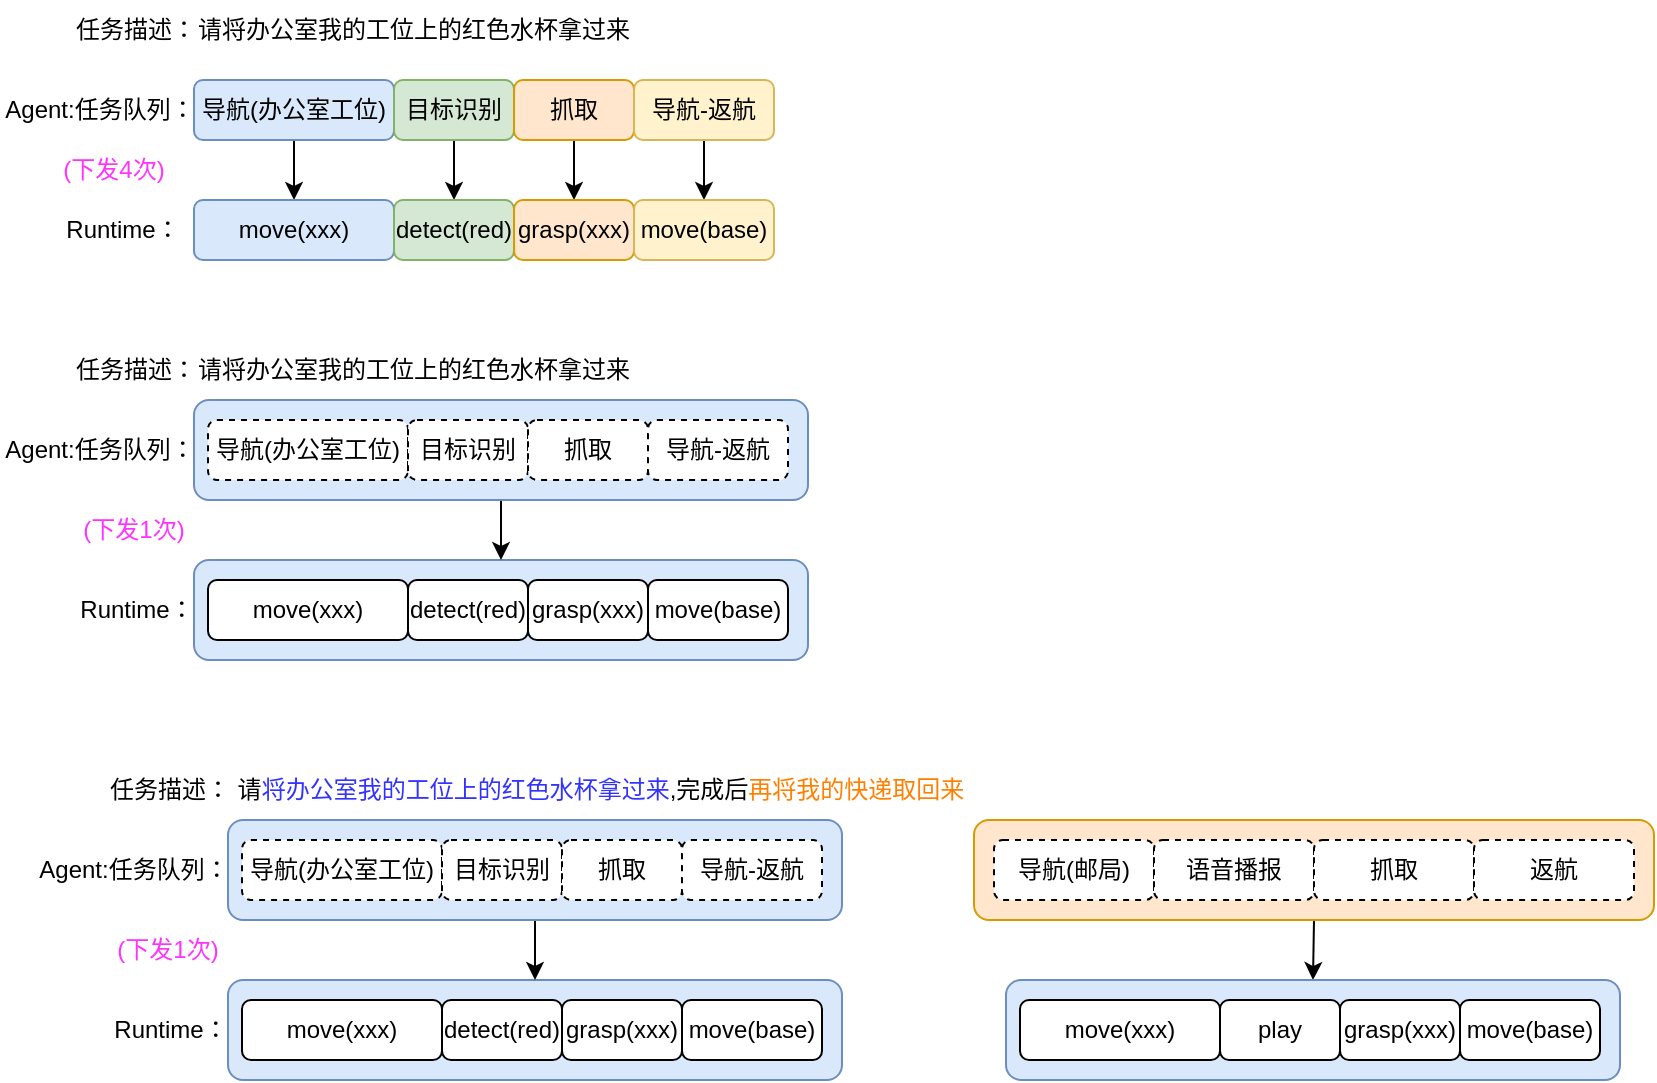
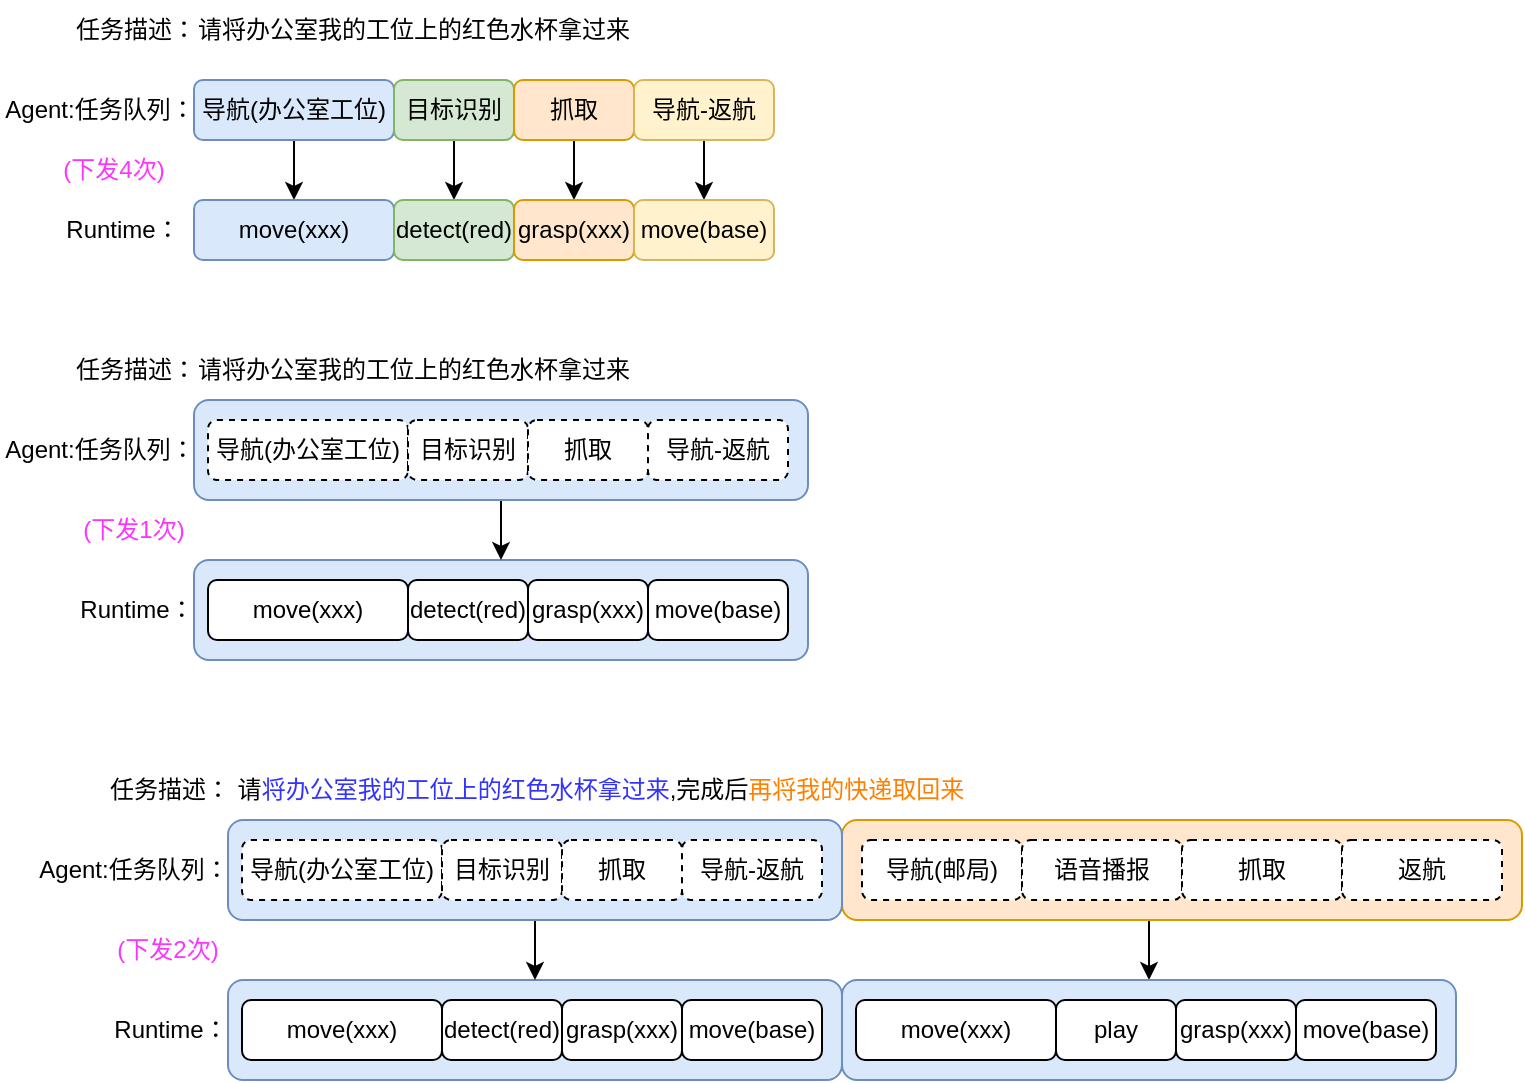
<mxfile host="app.diagrams.net">
  <diagram name="第 1 页" id="AqDmRzZVIJ-5uyctXJOA">
    <mxGraphModel dx="957" dy="525" grid="1" gridSize="10" guides="1" tooltips="1" connect="1" arrows="1" fold="1" page="1" pageScale="1" pageWidth="2339" pageHeight="3300" math="0" shadow="0">
      <root>
        <mxCell id="0" />
        <mxCell id="1" parent="0" />
        <mxCell id="TX6EBbOIm9mCNyf-wsjQ-69" edge="1" parent="1" source="TX6EBbOIm9mCNyf-wsjQ-63" style="edgeStyle=orthogonalEdgeStyle;rounded=0;orthogonalLoop=1;jettySize=auto;html=1;exitX=0.5;exitY=1;exitDx=0;exitDy=0;entryX=0.5;entryY=0;entryDx=0;entryDy=0;" target="TX6EBbOIm9mCNyf-wsjQ-64">
          <mxGeometry relative="1" as="geometry" />
        </mxCell>
        <mxCell id="TX6EBbOIm9mCNyf-wsjQ-63" parent="1" style="rounded=1;whiteSpace=wrap;html=1;fillColor=#ffe6cc;strokeColor=#d79b00;" value="" vertex="1">
-           <mxGeometry height="50" width="340" x="510" y="740" as="geometry" />
+           <mxGeometry height="50" width="340" x="444" y="740" as="geometry" />
        </mxCell>
        <mxCell id="TX6EBbOIm9mCNyf-wsjQ-37" parent="1" style="rounded=1;whiteSpace=wrap;html=1;fillColor=#dae8fc;strokeColor=#6c8ebf;" value="" vertex="1">
          <mxGeometry height="50" width="307" x="120" y="610" as="geometry" />
        </mxCell>
        <mxCell id="TX6EBbOIm9mCNyf-wsjQ-38" edge="1" parent="1" source="TX6EBbOIm9mCNyf-wsjQ-36" style="edgeStyle=orthogonalEdgeStyle;rounded=0;orthogonalLoop=1;jettySize=auto;html=1;exitX=0.5;exitY=1;exitDx=0;exitDy=0;entryX=0.5;entryY=0;entryDx=0;entryDy=0;" target="TX6EBbOIm9mCNyf-wsjQ-37">
          <mxGeometry relative="1" as="geometry" />
        </mxCell>
        <mxCell id="TX6EBbOIm9mCNyf-wsjQ-36" parent="1" style="rounded=1;whiteSpace=wrap;html=1;fillColor=#dae8fc;strokeColor=#6c8ebf;" value="" vertex="1">
          <mxGeometry height="50" width="307" x="120" y="530" as="geometry" />
        </mxCell>
        <mxCell id="TX6EBbOIm9mCNyf-wsjQ-15" edge="1" parent="1" source="TX6EBbOIm9mCNyf-wsjQ-1" style="edgeStyle=orthogonalEdgeStyle;rounded=0;orthogonalLoop=1;jettySize=auto;html=1;exitX=0.5;exitY=1;exitDx=0;exitDy=0;entryX=0.5;entryY=0;entryDx=0;entryDy=0;" target="TX6EBbOIm9mCNyf-wsjQ-11">
          <mxGeometry relative="1" as="geometry" />
        </mxCell>
        <mxCell id="TX6EBbOIm9mCNyf-wsjQ-1" parent="1" style="rounded=1;whiteSpace=wrap;html=1;fillColor=#dae8fc;strokeColor=#6c8ebf;" value="导航(办公室工位)" vertex="1">
          <mxGeometry height="30" width="100" x="120" y="370" as="geometry" />
        </mxCell>
        <mxCell id="TX6EBbOIm9mCNyf-wsjQ-2" parent="1" style="text;html=1;whiteSpace=wrap;strokeColor=none;fillColor=none;align=center;verticalAlign=middle;rounded=0;" value="Agent:任务队列：" vertex="1">
          <mxGeometry height="30" width="100" x="23" y="370" as="geometry" />
        </mxCell>
        <mxCell id="TX6EBbOIm9mCNyf-wsjQ-3" parent="1" style="text;html=1;whiteSpace=wrap;strokeColor=none;fillColor=none;align=center;verticalAlign=middle;rounded=0;" value="任务描述：" vertex="1">
          <mxGeometry height="30" width="70" x="56" y="330" as="geometry" />
        </mxCell>
        <mxCell id="TX6EBbOIm9mCNyf-wsjQ-4" parent="1" style="text;html=1;whiteSpace=wrap;strokeColor=none;fillColor=none;align=center;verticalAlign=middle;rounded=0;" value="请将办公室我的工位上的红色水杯拿过来" vertex="1">
          <mxGeometry height="30" width="220" x="120" y="330" as="geometry" />
        </mxCell>
        <mxCell id="TX6EBbOIm9mCNyf-wsjQ-16" edge="1" parent="1" source="TX6EBbOIm9mCNyf-wsjQ-5" style="edgeStyle=orthogonalEdgeStyle;rounded=0;orthogonalLoop=1;jettySize=auto;html=1;exitX=0.5;exitY=1;exitDx=0;exitDy=0;entryX=0.5;entryY=0;entryDx=0;entryDy=0;" target="TX6EBbOIm9mCNyf-wsjQ-12">
          <mxGeometry relative="1" as="geometry" />
        </mxCell>
        <mxCell id="TX6EBbOIm9mCNyf-wsjQ-5" parent="1" style="rounded=1;whiteSpace=wrap;html=1;fillColor=#d5e8d4;strokeColor=#82b366;" value="目标识别" vertex="1">
          <mxGeometry height="30" width="60" x="220" y="370" as="geometry" />
        </mxCell>
        <mxCell id="TX6EBbOIm9mCNyf-wsjQ-17" edge="1" parent="1" source="TX6EBbOIm9mCNyf-wsjQ-6" style="edgeStyle=orthogonalEdgeStyle;rounded=0;orthogonalLoop=1;jettySize=auto;html=1;exitX=0.5;exitY=1;exitDx=0;exitDy=0;entryX=0.5;entryY=0;entryDx=0;entryDy=0;" target="TX6EBbOIm9mCNyf-wsjQ-13">
          <mxGeometry relative="1" as="geometry" />
        </mxCell>
        <mxCell id="TX6EBbOIm9mCNyf-wsjQ-6" parent="1" style="rounded=1;whiteSpace=wrap;html=1;fillColor=#ffe6cc;strokeColor=#d79b00;" value="抓取" vertex="1">
          <mxGeometry height="30" width="60" x="280" y="370" as="geometry" />
        </mxCell>
        <mxCell id="TX6EBbOIm9mCNyf-wsjQ-18" edge="1" parent="1" source="TX6EBbOIm9mCNyf-wsjQ-7" style="edgeStyle=orthogonalEdgeStyle;rounded=0;orthogonalLoop=1;jettySize=auto;html=1;exitX=0.5;exitY=1;exitDx=0;exitDy=0;entryX=0.5;entryY=0;entryDx=0;entryDy=0;" target="TX6EBbOIm9mCNyf-wsjQ-14">
          <mxGeometry relative="1" as="geometry" />
        </mxCell>
        <mxCell id="TX6EBbOIm9mCNyf-wsjQ-7" parent="1" style="rounded=1;whiteSpace=wrap;html=1;fillColor=#fff2cc;strokeColor=#d6b656;" value="导航-返航" vertex="1">
          <mxGeometry height="30" width="70" x="340" y="370" as="geometry" />
        </mxCell>
        <mxCell id="TX6EBbOIm9mCNyf-wsjQ-8" parent="1" style="text;html=1;whiteSpace=wrap;strokeColor=none;fillColor=none;align=center;verticalAlign=middle;rounded=0;" value="Runtime：" vertex="1">
          <mxGeometry height="30" width="57" x="56" y="430" as="geometry" />
        </mxCell>
        <mxCell id="TX6EBbOIm9mCNyf-wsjQ-11" parent="1" style="rounded=1;whiteSpace=wrap;html=1;fillColor=#dae8fc;strokeColor=#6c8ebf;" value="move(xxx)" vertex="1">
          <mxGeometry height="30" width="100" x="120" y="430" as="geometry" />
        </mxCell>
        <mxCell id="TX6EBbOIm9mCNyf-wsjQ-12" parent="1" style="rounded=1;whiteSpace=wrap;html=1;fillColor=#d5e8d4;strokeColor=#82b366;" value="detect(red)" vertex="1">
          <mxGeometry height="30" width="60" x="220" y="430" as="geometry" />
        </mxCell>
        <mxCell id="TX6EBbOIm9mCNyf-wsjQ-13" parent="1" style="rounded=1;whiteSpace=wrap;html=1;fillColor=#ffe6cc;strokeColor=#d79b00;" value="grasp(xxx)" vertex="1">
          <mxGeometry height="30" width="60" x="280" y="430" as="geometry" />
        </mxCell>
        <mxCell id="TX6EBbOIm9mCNyf-wsjQ-14" parent="1" style="rounded=1;whiteSpace=wrap;html=1;fillColor=#fff2cc;strokeColor=#d6b656;" value="move(base)" vertex="1">
          <mxGeometry height="30" width="70" x="340" y="430" as="geometry" />
        </mxCell>
        <mxCell id="TX6EBbOIm9mCNyf-wsjQ-19" parent="1" style="text;html=1;whiteSpace=wrap;strokeColor=none;fillColor=none;align=center;verticalAlign=middle;rounded=0;" value="请将办公室我的工位上的红色水杯拿过来" vertex="1">
          <mxGeometry height="30" width="220" x="120" y="500" as="geometry" />
        </mxCell>
        <mxCell id="TX6EBbOIm9mCNyf-wsjQ-20" parent="1" style="text;html=1;whiteSpace=wrap;strokeColor=none;fillColor=none;align=center;verticalAlign=middle;rounded=0;" value="任务描述：" vertex="1">
          <mxGeometry height="30" width="70" x="56" y="500" as="geometry" />
        </mxCell>
        <mxCell id="TX6EBbOIm9mCNyf-wsjQ-22" parent="1" style="rounded=1;whiteSpace=wrap;html=1;dashed=1;" value="导航(办公室工位)" vertex="1">
          <mxGeometry height="30" width="100" x="127" y="540" as="geometry" />
        </mxCell>
        <mxCell id="TX6EBbOIm9mCNyf-wsjQ-23" parent="1" style="text;html=1;whiteSpace=wrap;strokeColor=none;fillColor=none;align=center;verticalAlign=middle;rounded=0;" value="Agent:任务队列：" vertex="1">
          <mxGeometry height="30" width="100" x="23" y="540" as="geometry" />
        </mxCell>
        <mxCell id="TX6EBbOIm9mCNyf-wsjQ-25" parent="1" style="rounded=1;whiteSpace=wrap;html=1;dashed=1;" value="目标识别" vertex="1">
          <mxGeometry height="30" width="60" x="227" y="540" as="geometry" />
        </mxCell>
        <mxCell id="TX6EBbOIm9mCNyf-wsjQ-27" parent="1" style="rounded=1;whiteSpace=wrap;html=1;dashed=1;" value="抓取" vertex="1">
          <mxGeometry height="30" width="60" x="287" y="540" as="geometry" />
        </mxCell>
        <mxCell id="TX6EBbOIm9mCNyf-wsjQ-29" parent="1" style="rounded=1;whiteSpace=wrap;html=1;dashed=1;" value="导航-返航" vertex="1">
          <mxGeometry height="30" width="70" x="347" y="540" as="geometry" />
        </mxCell>
        <mxCell id="TX6EBbOIm9mCNyf-wsjQ-30" parent="1" style="text;html=1;whiteSpace=wrap;strokeColor=none;fillColor=none;align=center;verticalAlign=middle;rounded=0;" value="Runtime：" vertex="1">
          <mxGeometry height="30" width="57" x="62.5" y="620" as="geometry" />
        </mxCell>
        <mxCell id="TX6EBbOIm9mCNyf-wsjQ-31" parent="1" style="rounded=1;whiteSpace=wrap;html=1;" value="move(xxx)" vertex="1">
          <mxGeometry height="30" width="100" x="127" y="620" as="geometry" />
        </mxCell>
        <mxCell id="TX6EBbOIm9mCNyf-wsjQ-32" parent="1" style="rounded=1;whiteSpace=wrap;html=1;" value="detect(red)" vertex="1">
          <mxGeometry height="30" width="60" x="227" y="620" as="geometry" />
        </mxCell>
        <mxCell id="TX6EBbOIm9mCNyf-wsjQ-33" parent="1" style="rounded=1;whiteSpace=wrap;html=1;" value="grasp(xxx)" vertex="1">
          <mxGeometry height="30" width="60" x="287" y="620" as="geometry" />
        </mxCell>
        <mxCell id="TX6EBbOIm9mCNyf-wsjQ-34" parent="1" style="rounded=1;whiteSpace=wrap;html=1;" value="move(base)" vertex="1">
          <mxGeometry height="30" width="70" x="347" y="620" as="geometry" />
        </mxCell>
        <mxCell id="TX6EBbOIm9mCNyf-wsjQ-35" parent="1" style="text;html=1;whiteSpace=wrap;strokeColor=none;fillColor=none;align=center;verticalAlign=middle;rounded=0;fontColor=#FF33FF;" value="(下发4次)" vertex="1">
          <mxGeometry height="30" width="60" x="50" y="400" as="geometry" />
        </mxCell>
        <mxCell id="TX6EBbOIm9mCNyf-wsjQ-39" parent="1" style="text;html=1;whiteSpace=wrap;strokeColor=none;fillColor=none;align=center;verticalAlign=middle;rounded=0;fontColor=#FF33FF;" value="(下发1次)" vertex="1">
          <mxGeometry height="30" width="60" x="59.5" y="580" as="geometry" />
        </mxCell>
        <mxCell id="TX6EBbOIm9mCNyf-wsjQ-40" parent="1" style="rounded=1;whiteSpace=wrap;html=1;fillColor=#dae8fc;strokeColor=#6c8ebf;" value="" vertex="1">
          <mxGeometry height="50" width="307" x="137" y="820" as="geometry" />
        </mxCell>
        <mxCell id="TX6EBbOIm9mCNyf-wsjQ-41" edge="1" parent="1" source="TX6EBbOIm9mCNyf-wsjQ-42" style="edgeStyle=orthogonalEdgeStyle;rounded=0;orthogonalLoop=1;jettySize=auto;html=1;exitX=0.5;exitY=1;exitDx=0;exitDy=0;entryX=0.5;entryY=0;entryDx=0;entryDy=0;" target="TX6EBbOIm9mCNyf-wsjQ-40">
          <mxGeometry relative="1" as="geometry" />
        </mxCell>
        <mxCell id="TX6EBbOIm9mCNyf-wsjQ-42" parent="1" style="rounded=1;whiteSpace=wrap;html=1;fillColor=#dae8fc;strokeColor=#6c8ebf;" value="" vertex="1">
          <mxGeometry height="50" width="307" x="137" y="740" as="geometry" />
        </mxCell>
        <mxCell id="TX6EBbOIm9mCNyf-wsjQ-43" parent="1" style="text;html=1;whiteSpace=wrap;strokeColor=none;fillColor=none;align=center;verticalAlign=middle;rounded=0;" value="请&lt;font style=&quot;color: rgb(51, 51, 255);&quot;&gt;将办公室我的工位上的红色水杯拿过来&lt;/font&gt;,完成后&lt;font style=&quot;color: rgb(255, 128, 0);&quot;&gt;再将我的快递取回来&lt;/font&gt;" vertex="1">
          <mxGeometry height="30" width="373" x="137" y="710" as="geometry" />
        </mxCell>
        <mxCell id="TX6EBbOIm9mCNyf-wsjQ-44" parent="1" style="text;html=1;whiteSpace=wrap;strokeColor=none;fillColor=none;align=center;verticalAlign=middle;rounded=0;" value="任务描述：" vertex="1">
          <mxGeometry height="30" width="70" x="73" y="710" as="geometry" />
        </mxCell>
        <mxCell id="TX6EBbOIm9mCNyf-wsjQ-45" parent="1" style="rounded=1;whiteSpace=wrap;html=1;dashed=1;" value="导航(办公室工位)" vertex="1">
          <mxGeometry height="30" width="100" x="144" y="750" as="geometry" />
        </mxCell>
        <mxCell id="TX6EBbOIm9mCNyf-wsjQ-46" parent="1" style="text;html=1;whiteSpace=wrap;strokeColor=none;fillColor=none;align=center;verticalAlign=middle;rounded=0;" value="Agent:任务队列：" vertex="1">
          <mxGeometry height="30" width="100" x="40" y="750" as="geometry" />
        </mxCell>
        <mxCell id="TX6EBbOIm9mCNyf-wsjQ-47" parent="1" style="rounded=1;whiteSpace=wrap;html=1;dashed=1;" value="目标识别" vertex="1">
          <mxGeometry height="30" width="60" x="244" y="750" as="geometry" />
        </mxCell>
        <mxCell id="TX6EBbOIm9mCNyf-wsjQ-48" parent="1" style="rounded=1;whiteSpace=wrap;html=1;dashed=1;" value="抓取" vertex="1">
          <mxGeometry height="30" width="60" x="304" y="750" as="geometry" />
        </mxCell>
        <mxCell id="TX6EBbOIm9mCNyf-wsjQ-49" parent="1" style="rounded=1;whiteSpace=wrap;html=1;dashed=1;" value="导航-返航" vertex="1">
          <mxGeometry height="30" width="70" x="364" y="750" as="geometry" />
        </mxCell>
        <mxCell id="TX6EBbOIm9mCNyf-wsjQ-50" parent="1" style="text;html=1;whiteSpace=wrap;strokeColor=none;fillColor=none;align=center;verticalAlign=middle;rounded=0;" value="Runtime：" vertex="1">
          <mxGeometry height="30" width="57" x="79.5" y="830" as="geometry" />
        </mxCell>
        <mxCell id="TX6EBbOIm9mCNyf-wsjQ-51" parent="1" style="rounded=1;whiteSpace=wrap;html=1;" value="move(xxx)" vertex="1">
          <mxGeometry height="30" width="100" x="144" y="830" as="geometry" />
        </mxCell>
        <mxCell id="TX6EBbOIm9mCNyf-wsjQ-52" parent="1" style="rounded=1;whiteSpace=wrap;html=1;" value="detect(red)" vertex="1">
          <mxGeometry height="30" width="60" x="244" y="830" as="geometry" />
        </mxCell>
        <mxCell id="TX6EBbOIm9mCNyf-wsjQ-53" parent="1" style="rounded=1;whiteSpace=wrap;html=1;" value="grasp(xxx)" vertex="1">
          <mxGeometry height="30" width="60" x="304" y="830" as="geometry" />
        </mxCell>
        <mxCell id="TX6EBbOIm9mCNyf-wsjQ-54" parent="1" style="rounded=1;whiteSpace=wrap;html=1;" value="move(base)" vertex="1">
          <mxGeometry height="30" width="70" x="364" y="830" as="geometry" />
        </mxCell>
-         <mxCell id="TX6EBbOIm9mCNyf-wsjQ-55" parent="1" style="text;html=1;whiteSpace=wrap;strokeColor=none;fillColor=none;align=center;verticalAlign=middle;rounded=0;fontColor=#FF33FF;" value="(下发1次)" vertex="1">
+         <mxCell id="TX6EBbOIm9mCNyf-wsjQ-55" parent="1" style="text;html=1;whiteSpace=wrap;strokeColor=none;fillColor=none;align=center;verticalAlign=middle;rounded=0;fontColor=#FF33FF;" value="(下发2次)" vertex="1">
          <mxGeometry height="30" width="60" x="76.5" y="790" as="geometry" />
        </mxCell>
        <mxCell id="TX6EBbOIm9mCNyf-wsjQ-56" parent="1" style="rounded=1;whiteSpace=wrap;html=1;dashed=1;" value="导航(邮局)" vertex="1">
-           <mxGeometry height="30" width="80" x="520" y="750" as="geometry" />
+           <mxGeometry height="30" width="80" x="454" y="750" as="geometry" />
        </mxCell>
        <mxCell id="TX6EBbOIm9mCNyf-wsjQ-60" parent="1" style="rounded=1;whiteSpace=wrap;html=1;dashed=1;" value="语音播报" vertex="1">
-           <mxGeometry height="30" width="80" x="600" y="750" as="geometry" />
+           <mxGeometry height="30" width="80" x="534" y="750" as="geometry" />
        </mxCell>
        <mxCell id="TX6EBbOIm9mCNyf-wsjQ-61" parent="1" style="rounded=1;whiteSpace=wrap;html=1;dashed=1;" value="抓取" vertex="1">
-           <mxGeometry height="30" width="80" x="680" y="750" as="geometry" />
+           <mxGeometry height="30" width="80" x="614" y="750" as="geometry" />
        </mxCell>
        <mxCell id="TX6EBbOIm9mCNyf-wsjQ-62" parent="1" style="rounded=1;whiteSpace=wrap;html=1;dashed=1;" value="返航" vertex="1">
-           <mxGeometry height="30" width="80" x="760" y="750" as="geometry" />
+           <mxGeometry height="30" width="80" x="694" y="750" as="geometry" />
        </mxCell>
        <mxCell id="TX6EBbOIm9mCNyf-wsjQ-64" parent="1" style="rounded=1;whiteSpace=wrap;html=1;fillColor=#dae8fc;strokeColor=#6c8ebf;" value="" vertex="1">
-           <mxGeometry height="50" width="307" x="526" y="820" as="geometry" />
+           <mxGeometry height="50" width="307" x="444" y="820" as="geometry" />
        </mxCell>
        <mxCell id="TX6EBbOIm9mCNyf-wsjQ-65" parent="1" style="rounded=1;whiteSpace=wrap;html=1;" value="move(xxx)" vertex="1">
-           <mxGeometry height="30" width="100" x="533" y="830" as="geometry" />
+           <mxGeometry height="30" width="100" x="451" y="830" as="geometry" />
        </mxCell>
        <mxCell id="TX6EBbOIm9mCNyf-wsjQ-66" parent="1" style="rounded=1;whiteSpace=wrap;html=1;" value="play" vertex="1">
-           <mxGeometry height="30" width="60" x="633" y="830" as="geometry" />
+           <mxGeometry height="30" width="60" x="551" y="830" as="geometry" />
        </mxCell>
        <mxCell id="TX6EBbOIm9mCNyf-wsjQ-67" parent="1" style="rounded=1;whiteSpace=wrap;html=1;" value="grasp(xxx)" vertex="1">
-           <mxGeometry height="30" width="60" x="693" y="830" as="geometry" />
+           <mxGeometry height="30" width="60" x="611" y="830" as="geometry" />
        </mxCell>
        <mxCell id="TX6EBbOIm9mCNyf-wsjQ-68" parent="1" style="rounded=1;whiteSpace=wrap;html=1;" value="move(base)" vertex="1">
-           <mxGeometry height="30" width="70" x="753" y="830" as="geometry" />
+           <mxGeometry height="30" width="70" x="671" y="830" as="geometry" />
        </mxCell>
      </root>
    </mxGraphModel>
  </diagram>
</mxfile>
